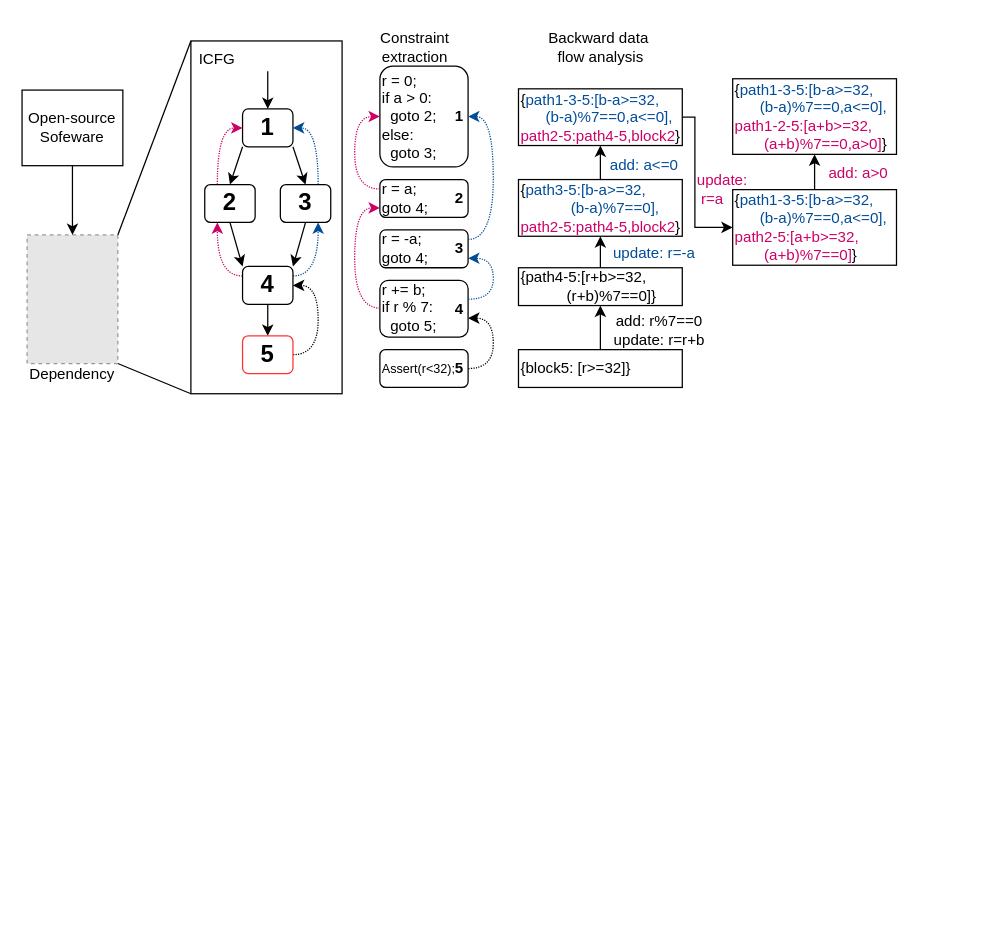
Before: drawio/static.drawio in ianorz/blog_img, a draw.io diagram. Source tidied: cells renumbered, new cells numbered last; positions are measured from the earlier drawing's top-left corner, leaving out a move shared by most shapes. Both pictures are drawn from the tidied source at 126%, with x=0, y=0 at pixel (21, 21). Pictures stored in the file or linked from it are replaced by grey dashed boxes.
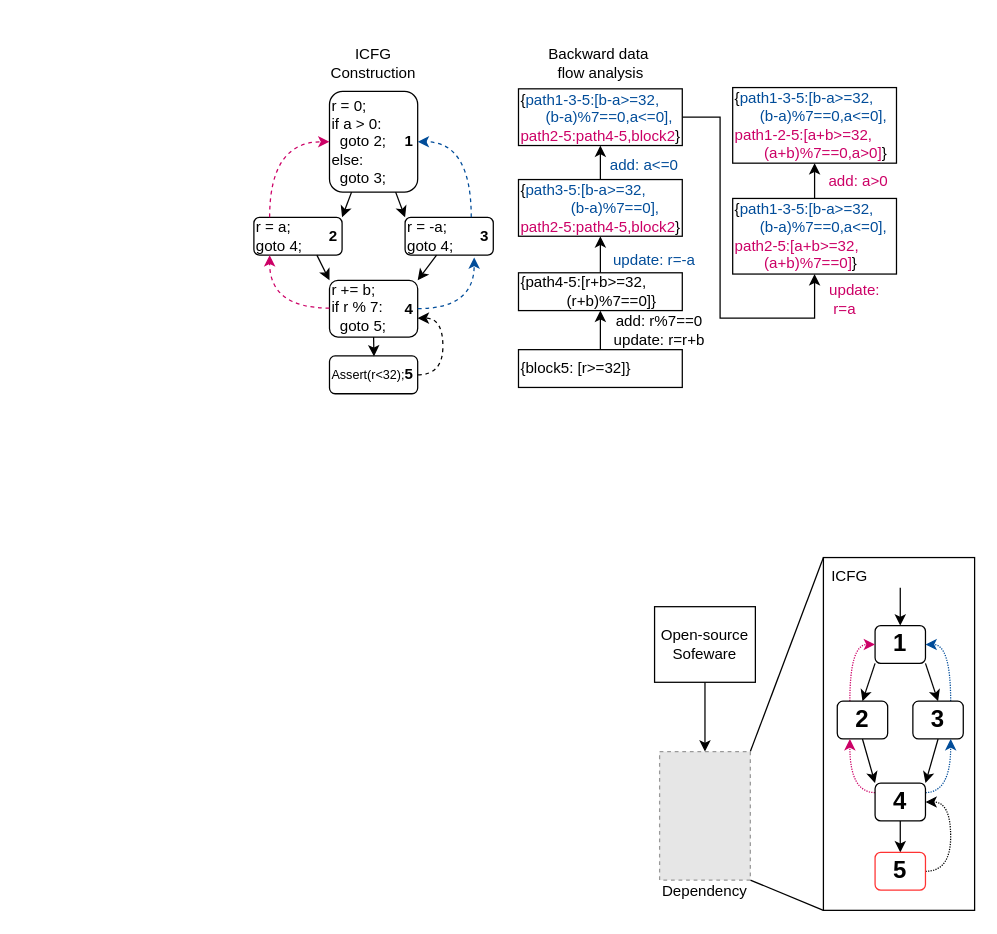
The same page after the edit.

The change refers to these unchanged cells:
```xml
<mxCell id="29" value="&lt;div&gt;&lt;span style=&quot;background-color: transparent; color: light-dark(rgb(0, 0, 0), rgb(255, 255, 255));&quot;&gt;{&lt;/span&gt;&lt;span style=&quot;color: light-dark(rgb(0, 76, 153), rgb(125, 190, 255)); background-color: transparent;&quot;&gt;path1-3-5:&lt;/span&gt;&lt;span style=&quot;color: light-dark(rgb(0, 76, 153), rgb(125, 190, 255)); background-color: transparent;&quot;&gt;[b-a&amp;gt;=32,&lt;/span&gt;&lt;/div&gt;&lt;div&gt;&lt;span style=&quot;background-color: transparent;&quot;&gt;&lt;font style=&quot;color: rgb(0, 76, 153);&quot;&gt;&amp;nbsp; &amp;nbsp; &amp;nbsp; (b-a)%7==0,a&amp;lt;=0],&lt;/font&gt;&lt;/span&gt;&lt;/div&gt;&lt;div&gt;&lt;span style=&quot;color: rgb(204, 0, 102); background-color: transparent;&quot;&gt;path2-5:path4-5,block2&lt;/span&gt;&lt;span style=&quot;background-color: transparent; color: light-dark(rgb(0, 0, 0), rgb(255, 255, 255));&quot;&gt;}&lt;/span&gt;&lt;/div&gt;" style="rounded=0;whiteSpace=wrap;html=1;align=left;" parent="1" vertex="1">
  <mxGeometry x="394" y="53" width="130" height="45" as="geometry" />
</mxCell>
```

Change to the diagram source:
```diff
@@
     <mxCell id="2" style="rounded=0;whiteSpace=wrap;html=1;" parent="1" vertex="1">
-      <mxGeometry x="134" y="15" width="120" height="280" as="geometry" />
+      <mxGeometry x="636" y="425" width="120" height="280" as="geometry" />
     </mxCell>
-    <mxCell id="3" style="rounded=1;whiteSpace=wrap;html=1;" parent="1" vertex="1">
-      <mxGeometry x="284" y="205" width="70" height="45" as="geometry" />
-    </mxCell>
-    <mxCell id="4" style="edgeStyle=orthogonalEdgeStyle;rounded=0;jettySize=auto;html=1;exitX=1;exitY=0.5;exitDx=0;exitDy=0;entryX=1;entryY=0.75;entryDx=0;entryDy=0;curved=1;dashed=1;dashPattern=1 1;" parent="1" edge="1" source="5" target="35">
-      <mxGeometry relative="1" as="geometry" />
-    </mxCell>
-    <mxCell id="5" style="rounded=1;whiteSpace=wrap;html=1;" parent="1" vertex="1">
-      <mxGeometry x="284" y="260" width="70" height="30" as="geometry" />
-    </mxCell>
     <mxCell id="6" style="edgeStyle=orthogonalEdgeStyle;rounded=0;jettySize=auto;html=1;exitX=0.5;exitY=1;exitDx=0;exitDy=0;entryX=0.5;entryY=0;entryDx=0;entryDy=0;" parent="1" edge="1" target="9">
       <mxGeometry relative="1" as="geometry">
-        <mxPoint x="195" y="39" as="sourcePoint" />
+        <mxPoint x="697" y="449" as="sourcePoint" />
       </mxGeometry>
     </mxCell>
@@
     <mxCell id="9" value="1" style="rounded=1;whiteSpace=wrap;html=1;fontStyle=1;fontSize=19;strokeColor=#000000;" parent="1" vertex="1">
-      <mxGeometry x="175" y="69" width="40" height="30" as="geometry" />
+      <mxGeometry x="677" y="479" width="40" height="30" as="geometry" />
     </mxCell>
@@
     <mxCell id="12" value="2" style="rounded=1;whiteSpace=wrap;html=1;fontStyle=1;fontSize=19;strokeColor=#000000;" parent="1" vertex="1">
-      <mxGeometry x="145" y="129" width="40" height="30" as="geometry" />
+      <mxGeometry x="647" y="539" width="40" height="30" as="geometry" />
     </mxCell>
@@
     <mxCell id="15" value="3" style="rounded=1;whiteSpace=wrap;html=1;fontStyle=1;fontSize=19;strokeColor=#000000;" parent="1" vertex="1">
-      <mxGeometry x="205" y="129" width="40" height="30" as="geometry" />
+      <mxGeometry x="707" y="539" width="40" height="30" as="geometry" />
     </mxCell>
@@
     <mxCell id="19" value="4" style="rounded=1;whiteSpace=wrap;html=1;fontStyle=1;fontSize=19;strokeColor=#000000;" parent="1" vertex="1">
-      <mxGeometry x="175" y="194" width="40" height="30" as="geometry" />
+      <mxGeometry x="677" y="604" width="40" height="30" as="geometry" />
     </mxCell>
@@
     <mxCell id="21" value="5" style="rounded=1;whiteSpace=wrap;html=1;strokeColor=#FF3333;fontStyle=1;fontSize=19;" parent="1" vertex="1">
-      <mxGeometry x="175" y="249" width="40" height="30" as="geometry" />
+      <mxGeometry x="677" y="659" width="40" height="30" as="geometry" />
     </mxCell>
@@
     <mxCell id="25" value="&lt;div&gt;&lt;span style=&quot;background-color: transparent;&quot;&gt;{&lt;/span&gt;&lt;span style=&quot;background-color: transparent;&quot;&gt;path4-5:&lt;/span&gt;&lt;span style=&quot;background-color: transparent;&quot;&gt;[r+b&amp;gt;=32,&lt;/span&gt;&lt;/div&gt;&lt;div&gt;&lt;span style=&quot;background-color: transparent;&quot;&gt;&amp;nbsp; &amp;nbsp; &amp;nbsp; &amp;nbsp; &amp;nbsp; &amp;nbsp;(r+b)%7==0]}&lt;/span&gt;&lt;/div&gt;" style="rounded=0;whiteSpace=wrap;html=1;align=left;fontColor=#000000;" parent="1" vertex="1">
-      <mxGeometry x="394" y="195" width="130" height="30" as="geometry" />
+      <mxGeometry x="394" y="199" width="130" height="30" as="geometry" />
     </mxCell>
@@
-    <mxCell id="28" style="edgeStyle=orthogonalEdgeStyle;rounded=0;jettySize=auto;html=1;exitX=1;exitY=0.5;exitDx=0;exitDy=0;entryX=0;entryY=0.5;entryDx=0;entryDy=0;" parent="1" edge="1" source="29" target="60">
+    <mxCell id="28" style="edgeStyle=orthogonalEdgeStyle;rounded=0;jettySize=auto;html=1;exitX=1;exitY=0.5;exitDx=0;exitDy=0;entryX=0.5;entryY=1;entryDx=0;entryDy=0;" parent="1" edge="1" source="29" target="60">
       <mxGeometry relative="1" as="geometry">
         <Array as="points">
-          <mxPoint x="524" y="75" />
-          <mxPoint x="534" y="75" />
-          <mxPoint x="534" y="163" />
+          <mxPoint x="554" y="75" />
+          <mxPoint x="554" y="235" />
+          <mxPoint x="629" y="235" />
         </Array>
       </mxGeometry>
     </mxCell>
@@
-    <mxCell id="30" value="&lt;font style=&quot;font-size: 10px;&quot;&gt;Assert(r&amp;lt;32);&lt;/font&gt;" style="text;html=1;align=left;verticalAlign=middle;whiteSpace=wrap;rounded=0;" parent="1" vertex="1">
-      <mxGeometry x="284" y="260" width="60" height="30" as="geometry" />
-    </mxCell>
-    <mxCell id="31" style="edgeStyle=orthogonalEdgeStyle;rounded=0;jettySize=auto;html=1;exitX=0;exitY=0.5;exitDx=0;exitDy=0;entryX=0;entryY=0.75;entryDx=0;entryDy=0;curved=1;strokeColor=#CC0066;dashed=1;dashPattern=1 1;" parent="1" edge="1" source="32" target="41">
-      <mxGeometry relative="1" as="geometry" />
-    </mxCell>
-    <mxCell id="32" value="&lt;div&gt;r += b;&lt;/div&gt;&lt;div&gt;if r % 7:&lt;/div&gt;&lt;div&gt;&amp;nbsp; goto 5;&lt;/div&gt;" style="text;html=1;align=left;verticalAlign=middle;whiteSpace=wrap;rounded=0;" parent="1" vertex="1">
-      <mxGeometry x="284" y="212" width="60" height="30" as="geometry" />
-    </mxCell>
-    <mxCell id="33" value="5" style="text;html=1;align=left;verticalAlign=middle;whiteSpace=wrap;rounded=0;fontStyle=1;" parent="1" vertex="1">
-      <mxGeometry x="342" y="260" width="10" height="30" as="geometry" />
-    </mxCell>
-    <mxCell id="34" style="edgeStyle=orthogonalEdgeStyle;rounded=0;jettySize=auto;html=1;exitX=1;exitY=0.25;exitDx=0;exitDy=0;entryX=1;entryY=0.75;entryDx=0;entryDy=0;curved=1;strokeColor=#004C99;dashed=1;dashPattern=1 1;" parent="1" edge="1" source="35" target="46">
-      <mxGeometry relative="1" as="geometry">
-        <Array as="points">
-          <mxPoint x="374" y="220" />
-          <mxPoint x="374" y="188" />
-        </Array>
-      </mxGeometry>
-    </mxCell>
-    <mxCell id="35" value="4" style="text;html=1;align=left;verticalAlign=middle;whiteSpace=wrap;rounded=0;fontStyle=1;" parent="1" vertex="1">
-      <mxGeometry x="342" y="212.5" width="12" height="30" as="geometry" />
-    </mxCell>
-    <mxCell id="36" style="rounded=1;whiteSpace=wrap;html=1;" parent="1" vertex="1">
-      <mxGeometry x="284" y="35" width="70" height="80" as="geometry" />
-    </mxCell>
-    <mxCell id="37" value="&lt;div&gt;r = 0;&lt;/div&gt;if a &amp;gt; 0:&lt;div&gt;&amp;nbsp; goto 2;&lt;/div&gt;&lt;div&gt;else:&lt;/div&gt;&lt;div&gt;&amp;nbsp; goto 3;&lt;/div&gt;" style="text;html=1;align=left;verticalAlign=middle;whiteSpace=wrap;rounded=0;" parent="1" vertex="1">
-      <mxGeometry x="284" y="50" width="60" height="50" as="geometry" />
-    </mxCell>
-    <mxCell id="38" value="1" style="text;html=1;align=left;verticalAlign=middle;whiteSpace=wrap;rounded=0;fontStyle=1;" parent="1" vertex="1">
-      <mxGeometry x="342" y="60" width="10" height="30" as="geometry" />
-    </mxCell>
-    <mxCell id="39" style="rounded=1;whiteSpace=wrap;html=1;" parent="1" vertex="1">
-      <mxGeometry x="284" y="125" width="70" height="30" as="geometry" />
-    </mxCell>
-    <mxCell id="40" style="edgeStyle=orthogonalEdgeStyle;rounded=0;jettySize=auto;html=1;exitX=0;exitY=0.25;exitDx=0;exitDy=0;entryX=0;entryY=0.5;entryDx=0;entryDy=0;curved=1;strokeColor=#CC0066;dashed=1;dashPattern=1 1;" parent="1" edge="1" source="41" target="37">
-      <mxGeometry relative="1" as="geometry" />
-    </mxCell>
-    <mxCell id="41" value="&lt;div&gt;r = a;&lt;/div&gt;&lt;div&gt;goto 4;&lt;/div&gt;" style="text;html=1;align=left;verticalAlign=middle;whiteSpace=wrap;rounded=0;" parent="1" vertex="1">
-      <mxGeometry x="284" y="125" width="50" height="30" as="geometry" />
-    </mxCell>
-    <mxCell id="42" value="2" style="text;html=1;align=left;verticalAlign=middle;whiteSpace=wrap;rounded=0;fontStyle=1;" parent="1" vertex="1">
-      <mxGeometry x="342" y="125" width="12" height="30" as="geometry" />
-    </mxCell>
-    <mxCell id="43" style="rounded=1;whiteSpace=wrap;html=1;" parent="1" vertex="1">
-      <mxGeometry x="284" y="165" width="70" height="30" as="geometry" />
-    </mxCell>
-    <mxCell id="44" value="&lt;div&gt;r = -a;&lt;/div&gt;&lt;div&gt;goto 4;&lt;/div&gt;" style="text;html=1;align=left;verticalAlign=middle;whiteSpace=wrap;rounded=0;" parent="1" vertex="1">
-      <mxGeometry x="284" y="165" width="50" height="30" as="geometry" />
-    </mxCell>
-    <mxCell id="45" style="edgeStyle=orthogonalEdgeStyle;rounded=0;jettySize=auto;html=1;exitX=1;exitY=0.25;exitDx=0;exitDy=0;entryX=1;entryY=0.5;entryDx=0;entryDy=0;curved=1;strokeColor=#004C99;dashed=1;dashPattern=1 1;" parent="1" edge="1" source="46" target="36">
-      <mxGeometry relative="1" as="geometry" />
-    </mxCell>
-    <mxCell id="46" value="3" style="text;html=1;align=left;verticalAlign=middle;whiteSpace=wrap;rounded=0;fontStyle=1;" parent="1" vertex="1">
-      <mxGeometry x="342" y="165" width="12" height="30" as="geometry" />
-    </mxCell>
@@
     <mxCell id="48" value="&lt;div&gt;update: r=-a&lt;/div&gt;" style="text;html=1;align=center;verticalAlign=middle;whiteSpace=wrap;rounded=0;fontColor=#004C99;" parent="1" vertex="1">
-      <mxGeometry x="452" y="169" width="100" height="30" as="geometry" />
+      <mxGeometry x="452" y="174" width="100" height="30" as="geometry" />
     </mxCell>
@@
     <mxCell id="50" value="ICFG" style="text;html=1;align=center;verticalAlign=middle;whiteSpace=wrap;rounded=0;" parent="1" vertex="1">
-      <mxGeometry x="125" y="15" width="60" height="30" as="geometry" />
+      <mxGeometry x="627" y="425" width="60" height="30" as="geometry" />
     </mxCell>
@@
     <mxCell id="53" style="fillColor=#E6E6E6;strokeColor=#999999;dashed=1;verticalLabelPosition=bottom;labelBackgroundColor=default;verticalAlign=top;" parent="1" vertex="1">
-      <mxGeometry x="4" y="169" width="72" height="102" as="geometry" />
+      <mxGeometry x="506" y="579" width="72" height="102" as="geometry" />
     </mxCell>
-    <mxCell id="54" value="Constraint extraction" style="text;html=1;align=center;verticalAlign=middle;whiteSpace=wrap;rounded=0;" parent="1" vertex="1">
-      <mxGeometry x="282" y="5" width="60" height="30" as="geometry" />
+    <mxCell id="54" value="ICFG Construction" style="text;html=1;align=center;verticalAlign=middle;whiteSpace=wrap;rounded=0;" parent="1" vertex="1">
+      <mxGeometry x="249" y="18" width="60" height="30" as="geometry" />
     </mxCell>
     <mxCell id="55" value="Backward data&amp;nbsp;&lt;div&gt;flow analysis&lt;/div&gt;" style="text;html=1;align=center;verticalAlign=middle;strokeColor=none;fillColor=none;" parent="1" vertex="1">
-      <mxGeometry x="404" width="110" height="40" as="geometry" />
+      <mxGeometry x="404" y="13" width="110" height="40" as="geometry" />
     </mxCell>
@@
     <mxCell id="57" value="&lt;div&gt;Open-source&lt;/div&gt;Sofeware" style="rounded=0;whiteSpace=wrap;html=1;" parent="1" vertex="1">
-      <mxGeometry y="54" width="80" height="60" as="geometry" />
+      <mxGeometry x="502" y="464" width="80" height="60" as="geometry" />
     </mxCell>
     <mxCell id="58" value="Dependency" style="text;html=1;align=center;verticalAlign=middle;whiteSpace=wrap;rounded=0;" parent="1" vertex="1">
-      <mxGeometry x="10" y="265" width="60" height="30" as="geometry" />
+      <mxGeometry x="512" y="675" width="60" height="30" as="geometry" />
     </mxCell>
@@
     <mxCell id="60" value="&lt;div&gt;&lt;span style=&quot;background-color: transparent; color: light-dark(rgb(0, 0, 0), rgb(255, 255, 255));&quot;&gt;{&lt;/span&gt;&lt;span style=&quot;color: light-dark(rgb(0, 76, 153), rgb(125, 190, 255)); background-color: transparent;&quot;&gt;path1-3-5:&lt;/span&gt;&lt;span style=&quot;color: light-dark(rgb(0, 76, 153), rgb(125, 190, 255)); background-color: transparent;&quot;&gt;[b-a&amp;gt;=32,&lt;/span&gt;&lt;/div&gt;&lt;div&gt;&lt;span style=&quot;background-color: transparent;&quot;&gt;&lt;font style=&quot;color: rgb(0, 76, 153);&quot;&gt;&amp;nbsp; &amp;nbsp; &amp;nbsp; (b-a)%7==0,a&amp;lt;=0],&lt;/font&gt;&lt;/span&gt;&lt;/div&gt;&lt;div&gt;&lt;span style=&quot;background-color: transparent;&quot;&gt;&lt;font style=&quot;color: light-dark(rgb(204, 0, 102), rgb(255, 255, 255));&quot;&gt;path2-5:[a+b&amp;gt;=32,&lt;/font&gt;&lt;/span&gt;&lt;/div&gt;&lt;div&gt;&lt;span style=&quot;background-color: transparent;&quot;&gt;&lt;font style=&quot;color: light-dark(rgb(204, 0, 102), rgb(255, 255, 255));&quot;&gt;&amp;nbsp; &amp;nbsp; &amp;nbsp; &amp;nbsp;(a+b)%7==0]&lt;/font&gt;&lt;/span&gt;&lt;span style=&quot;background-color: transparent; color: light-dark(rgb(0, 0, 0), rgb(255, 255, 255));&quot;&gt;}&lt;/span&gt;&lt;/div&gt;" style="rounded=0;whiteSpace=wrap;html=1;align=left;" parent="1" vertex="1">
-      <mxGeometry x="564" y="133" width="130" height="60" as="geometry" />
+      <mxGeometry x="564" y="140" width="130" height="60" as="geometry" />
     </mxCell>
     <mxCell id="61" value="&lt;div&gt;&lt;span style=&quot;background-color: transparent; color: light-dark(rgb(0, 0, 0), rgb(255, 255, 255));&quot;&gt;{&lt;/span&gt;&lt;span style=&quot;color: light-dark(rgb(0, 76, 153), rgb(125, 190, 255)); background-color: transparent;&quot;&gt;path1-3-5:&lt;/span&gt;&lt;span style=&quot;color: light-dark(rgb(0, 76, 153), rgb(125, 190, 255)); background-color: transparent;&quot;&gt;[b-a&amp;gt;=32,&lt;/span&gt;&lt;/div&gt;&lt;div&gt;&lt;span style=&quot;background-color: transparent;&quot;&gt;&lt;font style=&quot;color: rgb(0, 76, 153);&quot;&gt;&amp;nbsp; &amp;nbsp; &amp;nbsp; (b-a)%7==0,a&amp;lt;=0],&lt;/font&gt;&lt;/span&gt;&lt;/div&gt;&lt;div&gt;&lt;span style=&quot;background-color: transparent;&quot;&gt;&lt;font style=&quot;color: light-dark(rgb(204, 0, 102), rgb(255, 255, 255));&quot;&gt;path1-2-5:[a+b&amp;gt;=32,&lt;/font&gt;&lt;/span&gt;&lt;/div&gt;&lt;div&gt;&lt;span style=&quot;color: light-dark(rgb(204, 0, 102), rgb(255, 255, 255)); background-color: transparent;&quot;&gt;&amp;nbsp; &amp;nbsp; &amp;nbsp; &amp;nbsp;(a+b)%7==0,a&amp;gt;0]&lt;/span&gt;&lt;span style=&quot;background-color: transparent; color: light-dark(rgb(0, 0, 0), rgb(255, 255, 255));&quot;&gt;}&lt;/span&gt;&lt;/div&gt;" style="rounded=0;whiteSpace=wrap;html=1;align=left;" parent="1" vertex="1">
-      <mxGeometry x="564" y="45" width="130" height="60" as="geometry" />
+      <mxGeometry x="564" y="52" width="130" height="60" as="geometry" />
     </mxCell>
     <mxCell id="62" value="&lt;div&gt;update:&lt;/div&gt;&lt;div style=&quot;&quot;&gt;&amp;nbsp;r=a&lt;/div&gt;" style="text;html=1;align=left;verticalAlign=middle;whiteSpace=wrap;rounded=0;fontColor=#CC0066;" parent="1" vertex="1">
-      <mxGeometry x="534" y="118" width="50" height="30" as="geometry" />
+      <mxGeometry x="639" y="205" width="50" height="30" as="geometry" />
     </mxCell>
     <mxCell id="63" value="&lt;div&gt;add: a&amp;gt;0&lt;/div&gt;" style="text;html=1;align=center;verticalAlign=middle;whiteSpace=wrap;rounded=0;fontColor=#CC0066;" parent="1" vertex="1">
-      <mxGeometry x="614" y="105" width="100" height="30" as="geometry" />
+      <mxGeometry x="614" y="112" width="100" height="30" as="geometry" />
     </mxCell>
+    <mxCell id="64" style="group;" parent="1" vertex="1">
+      <mxGeometry x="244" y="55" width="70" height="80" as="geometry" />
+    </mxCell>
+    <mxCell id="36" style="rounded=1;whiteSpace=wrap;html=1;" parent="64" vertex="1">
+      <mxGeometry width="70" height="80" as="geometry" />
+    </mxCell>
+    <mxCell id="37" value="&lt;div&gt;r = 0;&lt;/div&gt;if a &amp;gt; 0:&lt;div&gt;&amp;nbsp; goto 2;&lt;/div&gt;&lt;div&gt;else:&lt;/div&gt;&lt;div&gt;&amp;nbsp; goto 3;&lt;/div&gt;" style="text;html=1;align=left;verticalAlign=middle;whiteSpace=wrap;rounded=0;" parent="64" vertex="1">
+      <mxGeometry y="15" width="60" height="50" as="geometry" />
+    </mxCell>
+    <mxCell id="38" value="1" style="text;html=1;align=left;verticalAlign=middle;whiteSpace=wrap;rounded=0;fontStyle=1;" parent="64" vertex="1">
+      <mxGeometry x="58" y="25" width="10" height="30" as="geometry" />
+    </mxCell>
+    <mxCell id="65" style="group;" parent="1" vertex="1">
+      <mxGeometry x="184" y="155" width="70" height="30" as="geometry" />
+    </mxCell>
+    <mxCell id="39" style="rounded=1;whiteSpace=wrap;html=1;" parent="65" vertex="1">
+      <mxGeometry width="70" height="30" as="geometry" />
+    </mxCell>
+    <mxCell id="41" value="&lt;div&gt;r = a;&lt;/div&gt;&lt;div&gt;goto 4;&lt;/div&gt;" style="text;html=1;align=left;verticalAlign=middle;whiteSpace=wrap;rounded=0;" parent="65" vertex="1">
+      <mxGeometry width="50" height="30" as="geometry" />
+    </mxCell>
+    <mxCell id="42" value="2" style="text;html=1;align=left;verticalAlign=middle;whiteSpace=wrap;rounded=0;fontStyle=1;" parent="65" vertex="1">
+      <mxGeometry x="58" width="12" height="30" as="geometry" />
+    </mxCell>
+    <mxCell id="66" style="group;" parent="1" vertex="1">
+      <mxGeometry x="304" y="155" width="70" height="30" as="geometry" />
+    </mxCell>
+    <mxCell id="43" style="rounded=1;whiteSpace=wrap;html=1;" parent="66" vertex="1">
+      <mxGeometry width="70" height="30" as="geometry" />
+    </mxCell>
+    <mxCell id="44" value="&lt;div&gt;r = -a;&lt;/div&gt;&lt;div&gt;goto 4;&lt;/div&gt;" style="text;html=1;align=left;verticalAlign=middle;whiteSpace=wrap;rounded=0;" parent="66" vertex="1">
+      <mxGeometry width="50" height="30" as="geometry" />
+    </mxCell>
+    <mxCell id="46" value="3" style="text;html=1;align=left;verticalAlign=middle;whiteSpace=wrap;rounded=0;fontStyle=1;" parent="66" vertex="1">
+      <mxGeometry x="58" width="12" height="30" as="geometry" />
+    </mxCell>
+    <mxCell id="67" style="group;" parent="1" vertex="1">
+      <mxGeometry x="244" y="205" width="70" height="45" as="geometry" />
+    </mxCell>
+    <mxCell id="3" style="rounded=1;whiteSpace=wrap;html=1;" parent="67" vertex="1">
+      <mxGeometry width="70" height="45" as="geometry" />
+    </mxCell>
+    <mxCell id="32" value="&lt;div&gt;r += b;&lt;/div&gt;&lt;div&gt;if r % 7:&lt;/div&gt;&lt;div&gt;&amp;nbsp; goto 5;&lt;/div&gt;" style="text;html=1;align=left;verticalAlign=middle;whiteSpace=wrap;rounded=0;" parent="67" vertex="1">
+      <mxGeometry y="7" width="60" height="30" as="geometry" />
+    </mxCell>
+    <mxCell id="35" value="4" style="text;html=1;align=left;verticalAlign=middle;whiteSpace=wrap;rounded=0;fontStyle=1;" parent="67" vertex="1">
+      <mxGeometry x="58" y="7.5" width="12" height="30" as="geometry" />
+    </mxCell>
+    <mxCell id="68" style="group;" parent="1" vertex="1">
+      <mxGeometry x="244" y="265" width="70" height="30" as="geometry" />
+    </mxCell>
+    <mxCell id="5" style="rounded=1;whiteSpace=wrap;html=1;" parent="68" vertex="1">
+      <mxGeometry width="70" height="30" as="geometry" />
+    </mxCell>
+    <mxCell id="30" value="&lt;font style=&quot;font-size: 10px;&quot;&gt;Assert(r&amp;lt;32);&lt;/font&gt;" style="text;html=1;align=left;verticalAlign=middle;whiteSpace=wrap;rounded=0;" parent="68" vertex="1">
+      <mxGeometry width="60" height="30" as="geometry" />
+    </mxCell>
+    <mxCell id="33" value="5" style="text;html=1;align=left;verticalAlign=middle;whiteSpace=wrap;rounded=0;fontStyle=1;" parent="68" vertex="1">
+      <mxGeometry x="58" width="10" height="30" as="geometry" />
+    </mxCell>
+    <mxCell id="69" style="rounded=0;jettySize=auto;html=1;exitX=0.25;exitY=1;exitDx=0;exitDy=0;entryX=1;entryY=0;entryDx=0;entryDy=0;" parent="1" edge="1" source="36" target="42">
+      <mxGeometry relative="1" as="geometry" />
+    </mxCell>
+    <mxCell id="70" style="rounded=0;jettySize=auto;html=1;exitX=0.75;exitY=1;exitDx=0;exitDy=0;entryX=0;entryY=0;entryDx=0;entryDy=0;" parent="1" edge="1" source="36" target="44">
+      <mxGeometry relative="1" as="geometry" />
+    </mxCell>
+    <mxCell id="71" style="rounded=0;jettySize=auto;html=1;exitX=1;exitY=1;exitDx=0;exitDy=0;entryX=0;entryY=0;entryDx=0;entryDy=0;" parent="1" edge="1" source="41" target="3">
+      <mxGeometry relative="1" as="geometry" />
+    </mxCell>
+    <mxCell id="72" style="rounded=0;jettySize=auto;html=1;exitX=0.5;exitY=1;exitDx=0;exitDy=0;entryX=1;entryY=0;entryDx=0;entryDy=0;" parent="1" edge="1" source="44" target="3">
+      <mxGeometry relative="1" as="geometry" />
+    </mxCell>
+    <mxCell id="73" style="edgeStyle=orthogonalEdgeStyle;rounded=0;jettySize=auto;html=1;exitX=0.5;exitY=1;exitDx=0;exitDy=0;entryX=0.588;entryY=0.013;entryDx=0;entryDy=0;entryPerimeter=0;" parent="1" edge="1" source="3" target="30">
+      <mxGeometry relative="1" as="geometry" />
+    </mxCell>
+    <mxCell id="4" style="edgeStyle=orthogonalEdgeStyle;rounded=0;jettySize=auto;html=1;exitX=1;exitY=0.5;exitDx=0;exitDy=0;entryX=1;entryY=0.75;entryDx=0;entryDy=0;curved=1;dashed=1;" parent="1" edge="1" source="5" target="35">
+      <mxGeometry relative="1" as="geometry" />
+    </mxCell>
+    <mxCell id="31" style="edgeStyle=orthogonalEdgeStyle;rounded=0;jettySize=auto;html=1;exitX=0;exitY=0.5;exitDx=0;exitDy=0;entryX=0.25;entryY=1;entryDx=0;entryDy=0;curved=1;dashed=1;strokeColor=#CC0066;" parent="1" edge="1" source="32" target="41">
+      <mxGeometry relative="1" as="geometry" />
+    </mxCell>
+    <mxCell id="34" style="edgeStyle=orthogonalEdgeStyle;rounded=0;jettySize=auto;html=1;exitX=1;exitY=0.5;exitDx=0;exitDy=0;entryX=-0.265;entryY=1.061;entryDx=0;entryDy=0;entryPerimeter=0;curved=1;dashed=1;strokeColor=#004C99;" parent="1" edge="1" source="35" target="46">
+      <mxGeometry relative="1" as="geometry" />
+    </mxCell>
+    <mxCell id="40" style="edgeStyle=orthogonalEdgeStyle;rounded=0;jettySize=auto;html=1;exitX=0.25;exitY=0;exitDx=0;exitDy=0;entryX=0;entryY=0.5;entryDx=0;entryDy=0;curved=1;dashed=1;strokeColor=#CC0066;" parent="1" edge="1" source="41" target="37">
+      <mxGeometry relative="1" as="geometry" />
+    </mxCell>
+    <mxCell id="74" style="edgeStyle=orthogonalEdgeStyle;rounded=0;jettySize=auto;html=1;exitX=0.75;exitY=0;exitDx=0;exitDy=0;entryX=1;entryY=0.5;entryDx=0;entryDy=0;curved=1;dashed=1;strokeColor=#004C99;" parent="1" edge="1" source="43" target="36">
+      <mxGeometry relative="1" as="geometry" />
+    </mxCell>
```
